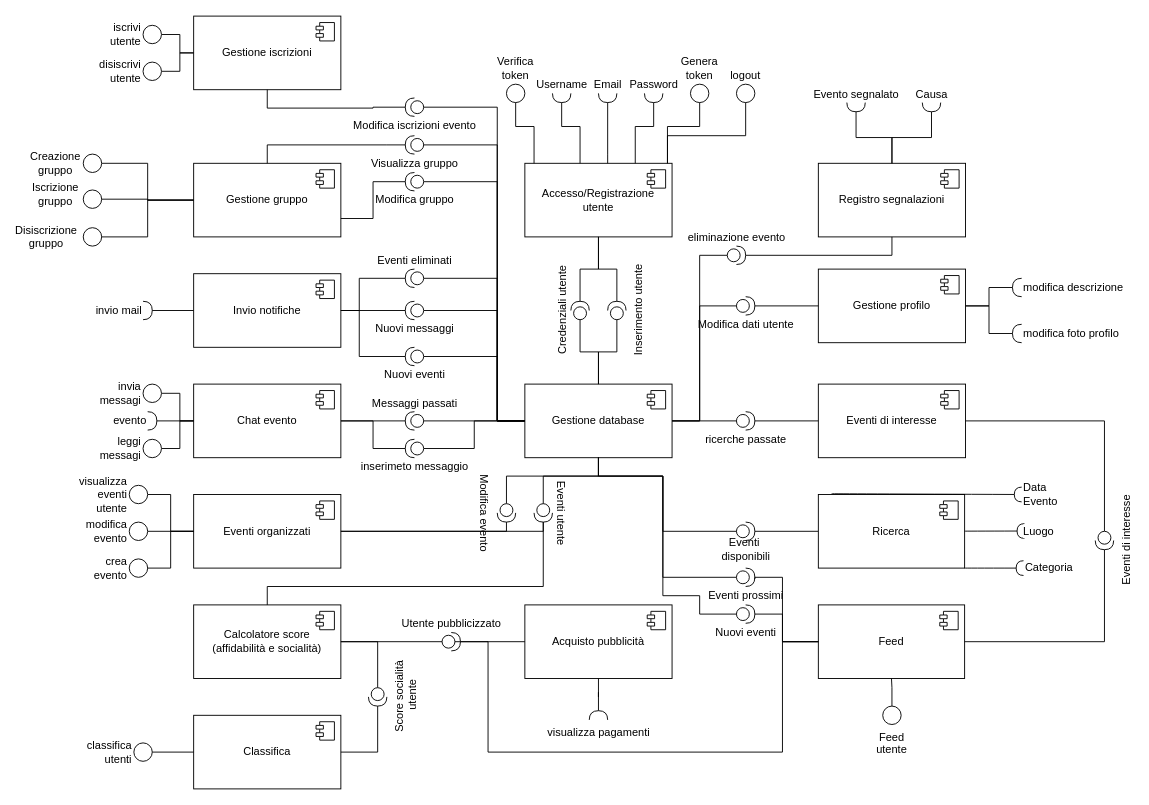
Before: docs/component_diagram.drawio in SamueleFacenda/activitn, a draw.io diagram. Source tidied: cells renumbered, new cells numbered last; positions are measured from the earlier drawing's top-left corner, leaving out a move shared by most shapes. Both pictures are drawn from the tidied source at 92%, with x=0, y=0 at pixel (18, 16).
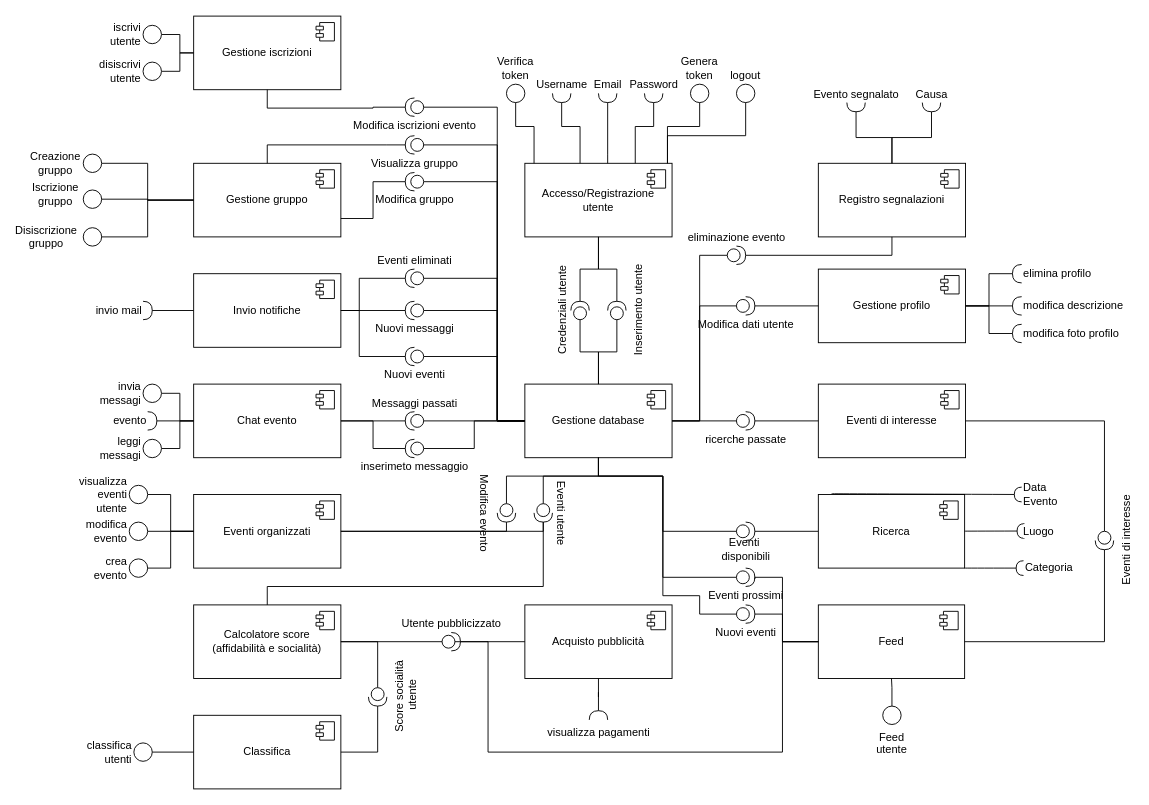
The same page after the edit.

Unchanged cells that the change refers to:
```xml
<mxCell id="15" value="Gestione profilo" style="html=1;whiteSpace=wrap;" parent="1" vertex="1">
  <mxGeometry x="869" y="275" width="160" height="80" as="geometry" />
</mxCell>
```

Diff of the diagram source:
```diff
@@
     <mxCell id="125" value="modifica descrizione" style="shape=requiredInterface;html=1;verticalLabelPosition=middle;sketch=0;direction=west;labelPosition=right;align=left;verticalAlign=middle;" parent="1" vertex="1">
-      <mxGeometry x="1080" y="285" width="10" height="20" as="geometry" />
+      <mxGeometry x="1080" y="305" width="10" height="20" as="geometry" />
     </mxCell>
@@
+    <mxCell id="155" style="edgeStyle=orthogonalEdgeStyle;rounded=0;jettySize=auto;html=1;endArrow=none;endFill=0;" parent="1" edge="1" source="156" target="15">
+      <mxGeometry relative="1" as="geometry" />
+    </mxCell>
+    <mxCell id="156" value="elimina profilo" style="shape=requiredInterface;html=1;verticalLabelPosition=middle;sketch=0;direction=west;labelPosition=right;align=left;verticalAlign=middle;" parent="1" vertex="1">
+      <mxGeometry x="1080" y="270" width="10" height="20" as="geometry" />
+    </mxCell>
```
